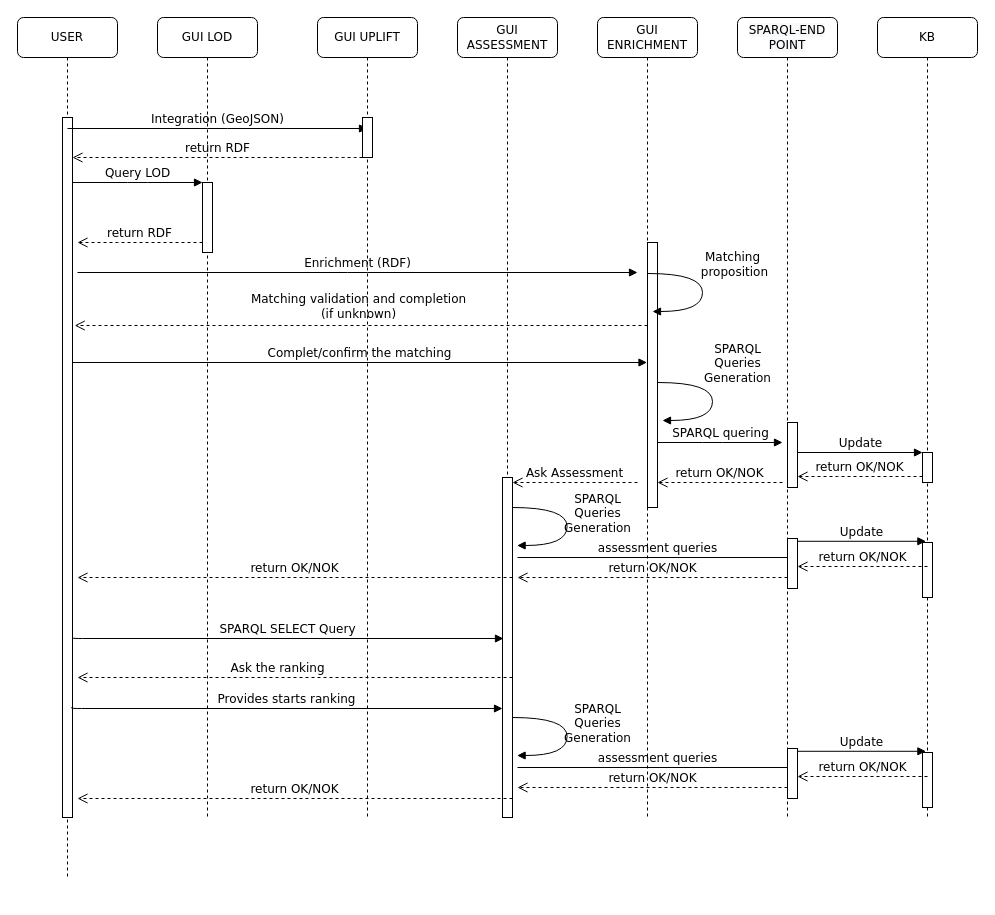
Before: UseCase.drawio in JJponciano/SpaLod, a draw.io diagram. Source tidied: cells renumbered, new cells numbered last; positions are measured from the earlier drawing's top-left corner, leaving out a move shared by most shapes. Both pictures are drawn from the tidied source at 100%, with x=0, y=0 at pixel (17, 17).
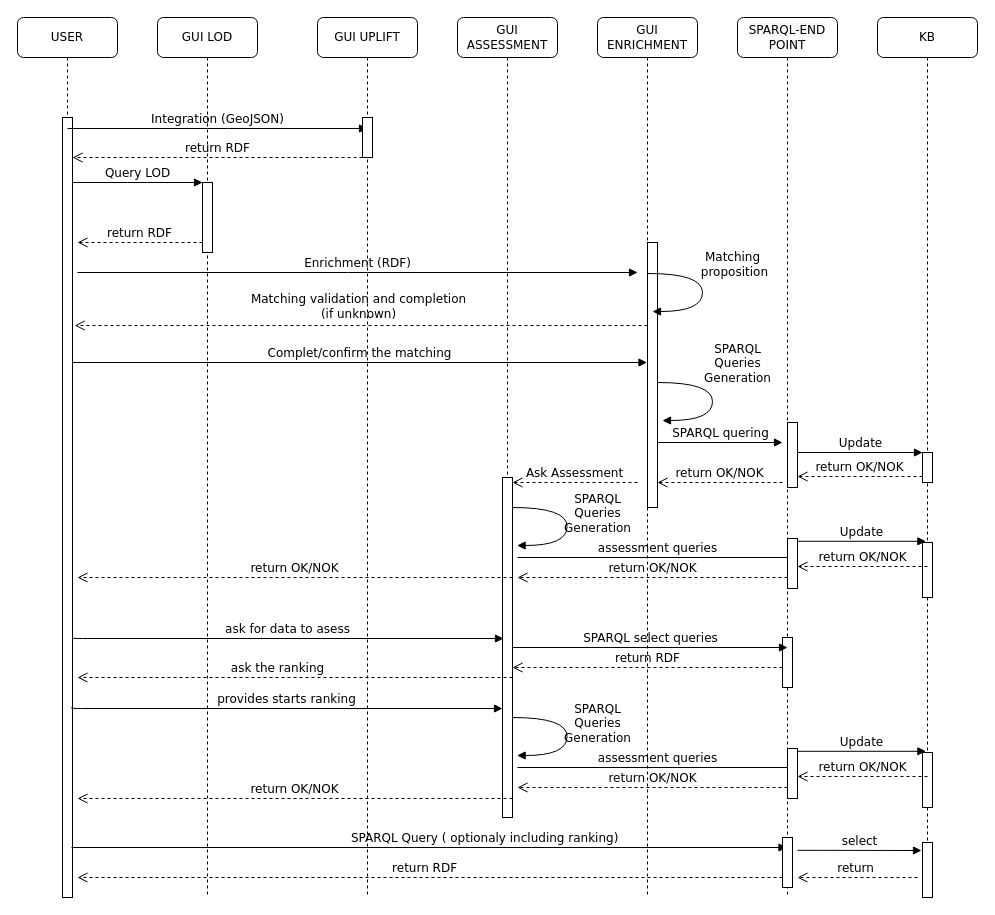
The same diagram, later.

Unchanged cells that the change refers to:
```xml
<mxCell id="26" style="html=1;points=[];perimeter=orthogonalPerimeter;rounded=0;shadow=0;comic=0;labelBackgroundColor=none;strokeWidth=1;fontFamily=Verdana;fontSize=12;align=center;" parent="1" vertex="1">
  <mxGeometry x="485" y="460" width="10" height="340" as="geometry" />
</mxCell>
```

Diff of the diagram source:
```diff
@@
     <mxCell id="2" value="GUI LOD" style="shape=umlLifeline;perimeter=lifelinePerimeter;whiteSpace=wrap;html=1;rounded=1;shadow=0;comic=0;labelBackgroundColor=none;strokeWidth=1;fontFamily=Verdana;fontSize=12;align=center;" parent="1" vertex="1">
-      <mxGeometry x="140" width="100" height="800" as="geometry" />
+      <mxGeometry x="140" width="100" height="880" as="geometry" />
     </mxCell>
@@
     <mxCell id="4" value="GUI UPLIFT" style="shape=umlLifeline;perimeter=lifelinePerimeter;whiteSpace=wrap;html=1;rounded=1;shadow=0;comic=0;labelBackgroundColor=none;strokeWidth=1;fontFamily=Verdana;fontSize=12;align=center;" parent="1" vertex="1">
-      <mxGeometry x="300" width="100" height="800" as="geometry" />
+      <mxGeometry x="300" width="100" height="880" as="geometry" />
     </mxCell>
@@
     <mxCell id="6" value="&lt;span&gt;GUI ENRICHMENT&lt;/span&gt;" style="shape=umlLifeline;perimeter=lifelinePerimeter;whiteSpace=wrap;html=1;rounded=1;shadow=0;comic=0;labelBackgroundColor=none;strokeWidth=1;fontFamily=Verdana;fontSize=12;align=center;" parent="1" vertex="1">
-      <mxGeometry x="580" width="100" height="800" as="geometry" />
+      <mxGeometry x="580" width="100" height="880" as="geometry" />
     </mxCell>
     <mxCell id="7" value="&lt;span style=&quot;color: rgb(0 , 0 , 0) ; font-family: &amp;#34;verdana&amp;#34; ; font-size: 12px ; font-style: normal ; font-weight: 400 ; letter-spacing: normal ; text-align: center ; text-indent: 0px ; text-transform: none ; word-spacing: 0px ; background-color: rgb(248 , 249 , 250) ; display: inline ; float: none&quot;&gt;SPARQL-END POINT&lt;/span&gt;" style="shape=umlLifeline;perimeter=lifelinePerimeter;whiteSpace=wrap;html=1;outlineConnect=0;rounded=1;shadow=0;comic=0;labelBackgroundColor=none;strokeWidth=1;fontFamily=Verdana;fontSize=12;align=center;" parent="1" vertex="1">
-      <mxGeometry x="720" width="100" height="800" as="geometry" />
+      <mxGeometry x="720" width="100" height="880" as="geometry" />
     </mxCell>
     <mxCell id="8" value="KB" style="shape=umlLifeline;perimeter=lifelinePerimeter;whiteSpace=wrap;html=1;rounded=1;shadow=0;comic=0;labelBackgroundColor=none;strokeWidth=1;fontFamily=Verdana;fontSize=12;align=center;" parent="1" vertex="1">
-      <mxGeometry x="860" width="100" height="800" as="geometry" />
+      <mxGeometry x="860" width="100" height="880" as="geometry" />
     </mxCell>
     <mxCell id="9" value="USER" style="shape=umlLifeline;perimeter=lifelinePerimeter;whiteSpace=wrap;html=1;rounded=1;shadow=0;comic=0;labelBackgroundColor=none;strokeWidth=1;fontFamily=Verdana;fontSize=12;align=center;" parent="1" vertex="1">
-      <mxGeometry width="100" height="860" as="geometry" />
+      <mxGeometry width="100" height="880" as="geometry" />
     </mxCell>
     <mxCell id="10" style="html=1;perimeter=orthogonalPerimeter;rounded=0;shadow=0;comic=0;labelBackgroundColor=none;strokeWidth=1;fontFamily=Verdana;fontSize=12;align=center;" parent="9" vertex="1">
-      <mxGeometry x="45" y="100" width="10" height="700" as="geometry" />
+      <mxGeometry x="45" y="100" width="10" height="780" as="geometry" />
     </mxCell>
@@
-    <mxCell id="38" value="SPARQL SELECT Query" style="html=1;verticalAlign=bottom;endArrow=block;labelBackgroundColor=none;fontFamily=Verdana;fontSize=12;edgeStyle=elbowEdgeStyle;elbow=vertical;entryX=0.1;entryY=0.474;entryDx=0;entryDy=0;entryPerimeter=0;" parent="1" edge="1" target="26">
+    <mxCell id="38" value="ask for data to asess" style="html=1;verticalAlign=bottom;endArrow=block;labelBackgroundColor=none;fontFamily=Verdana;fontSize=12;edgeStyle=elbowEdgeStyle;elbow=vertical;entryX=0.1;entryY=0.474;entryDx=0;entryDy=0;entryPerimeter=0;" parent="1" edge="1" target="26">
       <mxGeometry relative="1" as="geometry">
         <mxPoint x="55" y="620" as="sourcePoint" />
       </mxGeometry>
     </mxCell>
-    <mxCell id="39" value="Ask the ranking" style="html=1;verticalAlign=bottom;endArrow=open;dashed=1;endSize=8;labelBackgroundColor=none;fontFamily=Verdana;fontSize=12;edgeStyle=elbowEdgeStyle;elbow=vertical;" parent="1" edge="1">
+    <mxCell id="39" value="ask the ranking" style="html=1;verticalAlign=bottom;endArrow=open;dashed=1;endSize=8;labelBackgroundColor=none;fontFamily=Verdana;fontSize=12;edgeStyle=elbowEdgeStyle;elbow=vertical;" parent="1" edge="1">
       <mxGeometry x="0.08" relative="1" as="geometry">
         <mxPoint x="495" y="660" as="sourcePoint" />
         <mxPoint x="60" y="660" as="targetPoint" />
         <Array as="points">
           <mxPoint x="415" y="660" />
           <mxPoint x="485" y="715" />
         </Array>
       </mxGeometry>
     </mxCell>
-    <mxCell id="40" value="Provides starts ranking" style="html=1;verticalAlign=bottom;endArrow=block;labelBackgroundColor=none;fontFamily=Verdana;fontSize=12;edgeStyle=elbowEdgeStyle;elbow=vertical;entryX=0.1;entryY=0.474;entryDx=0;entryDy=0;entryPerimeter=0;" parent="1" edge="1">
+    <mxCell id="40" value="provides starts ranking" style="html=1;verticalAlign=bottom;endArrow=block;labelBackgroundColor=none;fontFamily=Verdana;fontSize=12;edgeStyle=elbowEdgeStyle;elbow=vertical;entryX=0.1;entryY=0.474;entryDx=0;entryDy=0;entryPerimeter=0;" parent="1" edge="1">
       <mxGeometry relative="1" as="geometry">
         <mxPoint x="54" y="690" as="sourcePoint" />
         <mxPoint x="485" y="691.2" as="targetPoint" />
       </mxGeometry>
     </mxCell>
@@
+    <mxCell id="49" value="SPARQL Query ( optionaly including ranking)&amp;nbsp;" style="html=1;verticalAlign=bottom;endArrow=block;labelBackgroundColor=none;fontFamily=Verdana;fontSize=12;edgeStyle=elbowEdgeStyle;elbow=vertical;" parent="1" edge="1" target="7">
+      <mxGeometry x="0.16" relative="1" as="geometry">
+        <mxPoint x="54" y="830" as="sourcePoint" />
+      </mxGeometry>
+    </mxCell>
+    <mxCell id="50" style="html=1;points=[];perimeter=orthogonalPerimeter;rounded=0;shadow=0;comic=0;labelBackgroundColor=none;strokeWidth=1;fontFamily=Verdana;fontSize=12;align=center;" parent="1" vertex="1">
+      <mxGeometry x="765" y="820" width="10" height="50" as="geometry" />
+    </mxCell>
+    <mxCell id="51" style="html=1;perimeter=orthogonalPerimeter;rounded=0;shadow=0;comic=0;labelBackgroundColor=none;strokeColor=#000000;strokeWidth=1;fillColor=#FFFFFF;fontFamily=Verdana;fontSize=12;fontColor=#000000;align=center;" parent="1" vertex="1">
+      <mxGeometry x="905" y="825" width="10" height="55" as="geometry" />
+    </mxCell>
+    <mxCell id="52" value="select" style="html=1;verticalAlign=bottom;endArrow=block;labelBackgroundColor=none;fontFamily=Verdana;fontSize=12;exitX=1.5;exitY=0.256;exitDx=0;exitDy=0;exitPerimeter=0;" parent="1" edge="1" source="50">
+      <mxGeometry relative="1" as="geometry">
+        <mxPoint x="904" y="833" as="targetPoint" />
+      </mxGeometry>
+    </mxCell>
+    <mxCell id="53" value="return&amp;nbsp;" style="html=1;verticalAlign=bottom;endArrow=open;dashed=1;endSize=8;labelBackgroundColor=none;fontFamily=Verdana;fontSize=12;elbow=vertical;entryX=1.5;entryY=0.8;entryDx=0;entryDy=0;entryPerimeter=0;" parent="1" edge="1" target="50">
+      <mxGeometry relative="1" as="geometry">
+        <mxPoint x="900" y="860" as="sourcePoint" />
+      </mxGeometry>
+    </mxCell>
+    <mxCell id="54" value="return RDF&amp;nbsp;" style="html=1;verticalAlign=bottom;endArrow=open;dashed=1;endSize=8;labelBackgroundColor=none;fontFamily=Verdana;fontSize=12;elbow=vertical;" parent="1" edge="1">
+      <mxGeometry x="0.01" relative="1" as="geometry">
+        <mxPoint x="765" y="860" as="sourcePoint" />
+        <mxPoint x="60" y="860" as="targetPoint" />
+      </mxGeometry>
+    </mxCell>
+    <mxCell id="55" style="html=1;perimeter=orthogonalPerimeter;rounded=0;shadow=0;comic=0;labelBackgroundColor=none;strokeWidth=1;fontFamily=Verdana;fontSize=12;align=center;" parent="1" vertex="1">
+      <mxGeometry x="765" y="620" width="10" height="50" as="geometry" />
+    </mxCell>
+    <mxCell id="56" value="SPARQL select queries" style="html=1;verticalAlign=bottom;endArrow=block;labelBackgroundColor=none;fontFamily=Verdana;fontSize=12;" parent="1" edge="1">
+      <mxGeometry relative="1" as="geometry">
+        <mxPoint x="495" y="630" as="sourcePoint" />
+        <mxPoint x="770" y="630" as="targetPoint" />
+      </mxGeometry>
+    </mxCell>
+    <mxCell id="57" value="return RDF" style="html=1;verticalAlign=bottom;endArrow=open;dashed=1;endSize=8;labelBackgroundColor=none;fontFamily=Verdana;fontSize=12;edgeStyle=elbowEdgeStyle;elbow=vertical;" parent="1" edge="1">
+      <mxGeometry relative="1" as="geometry">
+        <mxPoint x="765" y="650" as="sourcePoint" />
+        <mxPoint x="495" y="650" as="targetPoint" />
+        <Array as="points">
+          <mxPoint x="685" y="650" />
+          <mxPoint x="755" y="705" />
+        </Array>
+      </mxGeometry>
+    </mxCell>
```
